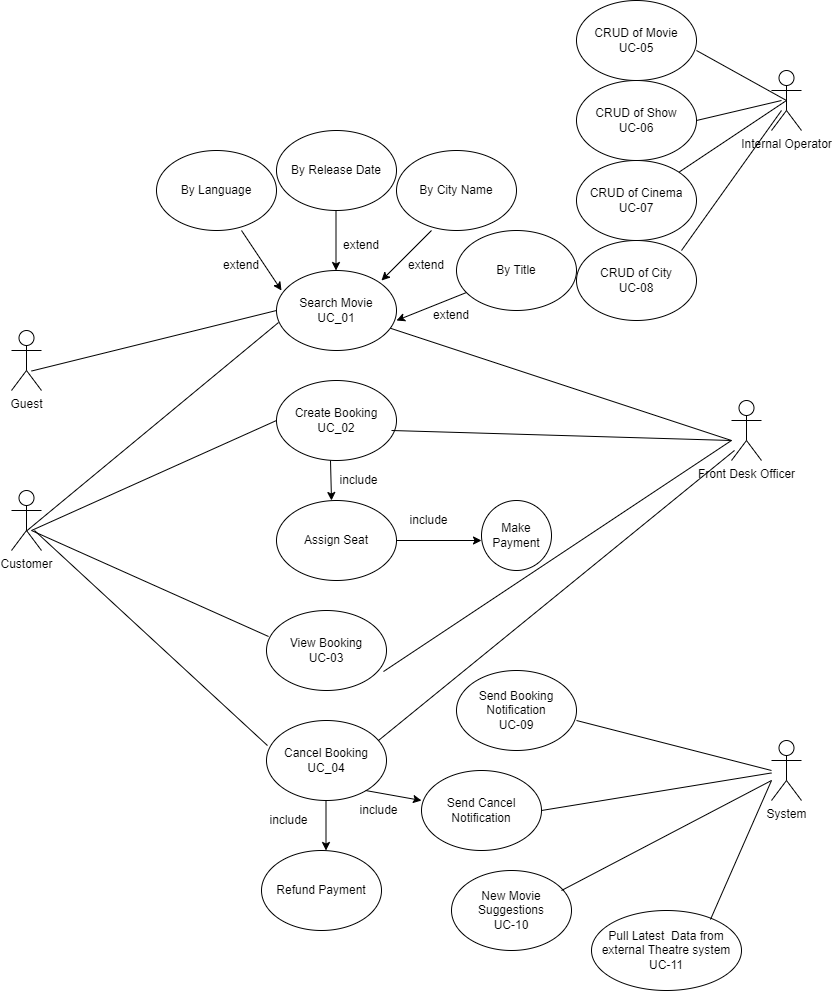
Earlier version of the draw.io export img/usecasediagram.png (kumprabhat/movie-ticket-booking-system). Source tidied: cells renumbered, new cells last; positions are measured from the earlier drawing's top-left corner, leaving out a move shared by most shapes.
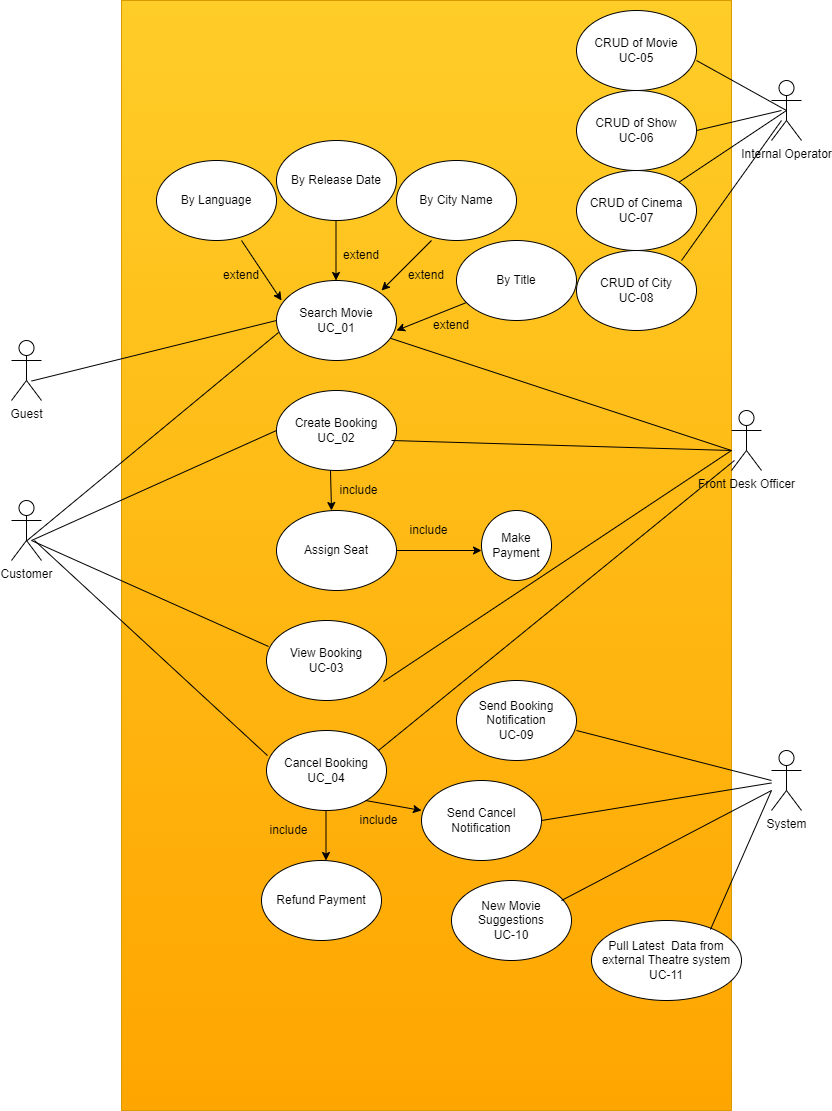
After the commit.

Change to the diagram source:
```diff
@@ -2,6 +2,9 @@
   <root>
     <mxCell id="0" />
     <mxCell id="1" parent="0" />
+    <mxCell id="59" style="rounded=0;whiteSpace=wrap;html=1;fillColor=#ffcd28;gradientColor=#ffa500;strokeColor=#d79b00;" parent="1" vertex="1">
+      <mxGeometry x="110" y="-10" width="610" height="1110" as="geometry" />
+    </mxCell>
     <mxCell id="2" value="Guest" style="shape=umlActor;verticalLabelPosition=bottom;verticalAlign=top;html=1;" parent="1" vertex="1">
       <mxGeometry y="330" width="30" height="60" as="geometry" />
     </mxCell>
```
